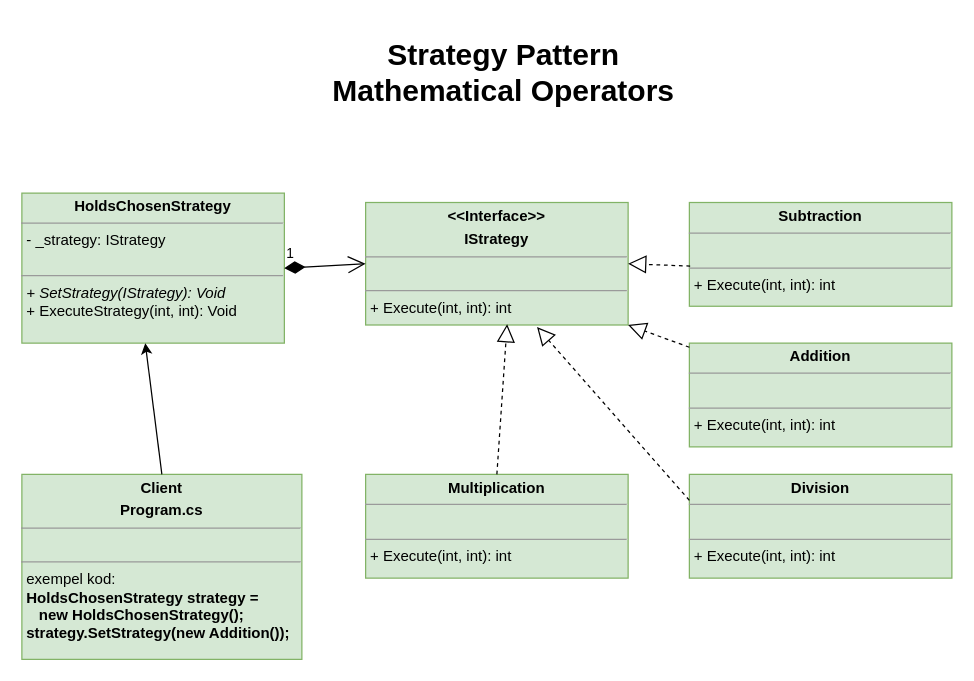
RichardChalk/MathOperatorsStrategy keeps this draw.io diagram as MathsOperators - UML Diagram.drawio. Above is the earlier version. Source tidied: cells renumbered, new cells numbered last; positions are measured from the earlier drawing's top-left corner, leaving out a move shared by most shapes. Both pictures are drawn from the tidied source at 125%, with x=0, y=0 at pixel (21, 21).
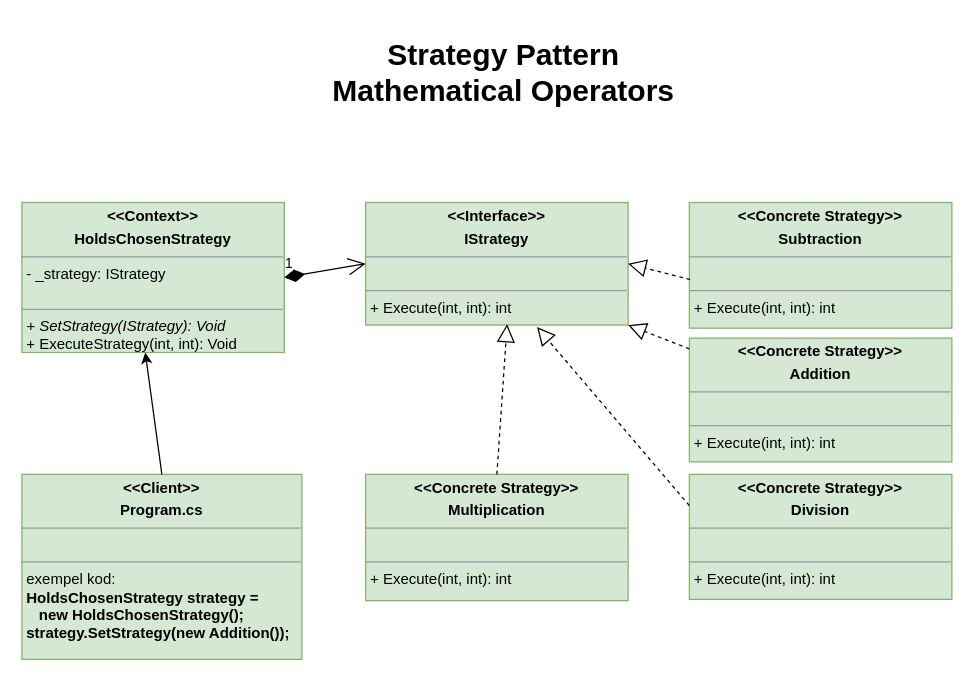
The same diagram, later.

The edit, as a diff of the source:
```diff
@@
 <mxGraphModel>
   <root>
     <mxCell id="0" />
     <mxCell id="1" parent="0" />
-    <mxCell id="2" value="&lt;p style=&quot;margin: 0px ; margin-top: 4px ; text-align: center&quot;&gt;&lt;b&gt;HoldsChosenStrategy&lt;/b&gt;&lt;br&gt;&lt;/p&gt;&lt;hr size=&quot;1&quot;&gt;&lt;p style=&quot;margin: 0px ; margin-left: 4px&quot;&gt;- _strategy: IStrategy&lt;/p&gt;&lt;p style=&quot;margin: 0px ; margin-left: 4px&quot;&gt;&lt;br&gt;&lt;/p&gt;&lt;hr size=&quot;1&quot;&gt;&lt;p style=&quot;margin: 0px ; margin-left: 4px&quot;&gt;&lt;i&gt;+ SetStrategy(IStrategy): Void&lt;/i&gt;&lt;/p&gt;&lt;p style=&quot;margin: 0px ; margin-left: 4px&quot;&gt;+ ExecuteStrategy(int, int): Void&lt;/p&gt;&lt;p style=&quot;margin: 0px ; margin-left: 4px&quot;&gt;&lt;br&gt;&lt;/p&gt;" style="verticalAlign=top;align=left;overflow=fill;fontSize=12;fontFamily=Helvetica;html=1;rounded=0;sketch=0;labelBackgroundColor=none;fillColor=#d5e8d4;strokeColor=#82b366;" parent="1" vertex="1">
-      <mxGeometry y="137" width="210" height="120" as="geometry" />
+    <mxCell id="2" value="&lt;p style=&quot;margin: 0px ; margin-top: 4px ; text-align: center&quot;&gt;&lt;b&gt;&amp;lt;&amp;lt;Context&amp;gt;&amp;gt;&lt;/b&gt;&lt;/p&gt;&lt;p style=&quot;margin: 0px ; margin-top: 4px ; text-align: center&quot;&gt;&lt;b&gt;HoldsChosenStrategy&lt;/b&gt;&lt;br&gt;&lt;/p&gt;&lt;hr size=&quot;1&quot;&gt;&lt;p style=&quot;margin: 0px ; margin-left: 4px&quot;&gt;- _strategy: IStrategy&lt;/p&gt;&lt;p style=&quot;margin: 0px ; margin-left: 4px&quot;&gt;&lt;br&gt;&lt;/p&gt;&lt;hr size=&quot;1&quot;&gt;&lt;p style=&quot;margin: 0px ; margin-left: 4px&quot;&gt;&lt;i&gt;+ SetStrategy(IStrategy): Void&lt;/i&gt;&lt;/p&gt;&lt;p style=&quot;margin: 0px ; margin-left: 4px&quot;&gt;+ ExecuteStrategy(int, int): Void&lt;/p&gt;&lt;p style=&quot;margin: 0px ; margin-left: 4px&quot;&gt;&lt;br&gt;&lt;/p&gt;" style="verticalAlign=top;align=left;overflow=fill;fontSize=12;fontFamily=Helvetica;html=1;rounded=0;sketch=0;labelBackgroundColor=none;fillColor=#d5e8d4;strokeColor=#82b366;" parent="1" vertex="1">
+      <mxGeometry y="144.5" width="210" height="120" as="geometry" />
     </mxCell>
     <mxCell id="3" value="&lt;p style=&quot;margin: 0px ; margin-top: 4px ; text-align: center&quot;&gt;&lt;b&gt;&amp;lt;&amp;lt;Interface&amp;gt;&amp;gt;&lt;/b&gt;&lt;/p&gt;&lt;p style=&quot;margin: 0px ; margin-top: 4px ; text-align: center&quot;&gt;&lt;b&gt;IStrategy&lt;/b&gt;&lt;br&gt;&lt;/p&gt;&lt;hr size=&quot;1&quot;&gt;&lt;p style=&quot;margin: 0px ; margin-left: 4px&quot;&gt;&lt;br&gt;&lt;/p&gt;&lt;hr size=&quot;1&quot;&gt;&lt;p style=&quot;margin: 0px ; margin-left: 4px&quot;&gt;&lt;span style=&quot;background-color: initial;&quot;&gt;+ Execute(int, int): int&lt;/span&gt;&lt;br&gt;&lt;/p&gt;&lt;p style=&quot;margin: 0px ; margin-left: 4px&quot;&gt;&lt;br&gt;&lt;/p&gt;" style="verticalAlign=top;align=left;overflow=fill;fontSize=12;fontFamily=Helvetica;html=1;rounded=0;sketch=0;labelBackgroundColor=none;fillColor=#d5e8d4;strokeColor=#82b366;" parent="1" vertex="1">
       <mxGeometry x="275" y="144.5" width="210" height="98" as="geometry" />
     </mxCell>
-    <mxCell id="4" value="&lt;p style=&quot;margin: 0px ; margin-top: 4px ; text-align: center&quot;&gt;&lt;b style=&quot;background-color: initial;&quot;&gt;Subtraction&lt;/b&gt;&lt;br&gt;&lt;/p&gt;&lt;hr size=&quot;1&quot;&gt;&lt;p style=&quot;margin: 0px ; margin-left: 4px&quot;&gt;&lt;br&gt;&lt;/p&gt;&lt;hr size=&quot;1&quot;&gt;&lt;p style=&quot;margin: 0px ; margin-left: 4px&quot;&gt;&lt;span style=&quot;background-color: initial;&quot;&gt;+ Execute(int, int): int&lt;/span&gt;&lt;br&gt;&lt;/p&gt;&lt;p style=&quot;margin: 0px ; margin-left: 4px&quot;&gt;&lt;br&gt;&lt;/p&gt;" style="verticalAlign=top;align=left;overflow=fill;fontSize=12;fontFamily=Helvetica;html=1;rounded=0;sketch=0;labelBackgroundColor=none;fillColor=#d5e8d4;strokeColor=#82b366;" parent="1" vertex="1">
-      <mxGeometry x="534" y="144.5" width="210" height="83" as="geometry" />
+    <mxCell id="4" value="&lt;p style=&quot;margin: 0px ; margin-top: 4px ; text-align: center&quot;&gt;&lt;b style=&quot;background-color: initial;&quot;&gt;&amp;lt;&amp;lt;Concrete Strategy&amp;gt;&amp;gt;&lt;/b&gt;&lt;/p&gt;&lt;p style=&quot;margin: 0px ; margin-top: 4px ; text-align: center&quot;&gt;&lt;b style=&quot;background-color: initial;&quot;&gt;Subtraction&lt;/b&gt;&lt;br&gt;&lt;/p&gt;&lt;hr size=&quot;1&quot;&gt;&lt;p style=&quot;margin: 0px ; margin-left: 4px&quot;&gt;&lt;br&gt;&lt;/p&gt;&lt;hr size=&quot;1&quot;&gt;&lt;p style=&quot;margin: 0px ; margin-left: 4px&quot;&gt;&lt;span style=&quot;background-color: initial;&quot;&gt;+ Execute(int, int): int&lt;/span&gt;&lt;br&gt;&lt;/p&gt;&lt;p style=&quot;margin: 0px ; margin-left: 4px&quot;&gt;&lt;br&gt;&lt;/p&gt;" style="verticalAlign=top;align=left;overflow=fill;fontSize=12;fontFamily=Helvetica;html=1;rounded=0;sketch=0;labelBackgroundColor=none;fillColor=#d5e8d4;strokeColor=#82b366;" parent="1" vertex="1">
+      <mxGeometry x="534" y="144.5" width="210" height="100.5" as="geometry" />
     </mxCell>
-    <mxCell id="5" value="&lt;p style=&quot;margin: 0px ; margin-top: 4px ; text-align: center&quot;&gt;&lt;b style=&quot;background-color: initial;&quot;&gt;Addition&lt;/b&gt;&lt;br&gt;&lt;/p&gt;&lt;hr size=&quot;1&quot;&gt;&lt;p style=&quot;margin: 0px ; margin-left: 4px&quot;&gt;&lt;br&gt;&lt;/p&gt;&lt;hr size=&quot;1&quot;&gt;&lt;p style=&quot;margin: 0px ; margin-left: 4px&quot;&gt;&lt;span style=&quot;background-color: initial;&quot;&gt;+ Execute(int, int): int&lt;/span&gt;&lt;br&gt;&lt;/p&gt;&lt;p style=&quot;margin: 0px ; margin-left: 4px&quot;&gt;&lt;br&gt;&lt;/p&gt;" style="verticalAlign=top;align=left;overflow=fill;fontSize=12;fontFamily=Helvetica;html=1;rounded=0;sketch=0;labelBackgroundColor=none;fillColor=#d5e8d4;strokeColor=#82b366;" parent="1" vertex="1">
-      <mxGeometry x="534" y="257" width="210" height="83" as="geometry" />
+    <mxCell id="5" value="&lt;p style=&quot;margin: 0px ; margin-top: 4px ; text-align: center&quot;&gt;&lt;b style=&quot;border-color: var(--border-color); background-color: initial;&quot;&gt;&amp;lt;&amp;lt;Concrete Strategy&amp;gt;&amp;gt;&lt;/b&gt;&lt;b style=&quot;background-color: initial;&quot;&gt;&lt;br&gt;&lt;/b&gt;&lt;/p&gt;&lt;p style=&quot;margin: 0px ; margin-top: 4px ; text-align: center&quot;&gt;&lt;b style=&quot;background-color: initial;&quot;&gt;Addition&lt;/b&gt;&lt;br&gt;&lt;/p&gt;&lt;hr size=&quot;1&quot;&gt;&lt;p style=&quot;margin: 0px ; margin-left: 4px&quot;&gt;&lt;br&gt;&lt;/p&gt;&lt;hr size=&quot;1&quot;&gt;&lt;p style=&quot;margin: 0px ; margin-left: 4px&quot;&gt;&lt;span style=&quot;background-color: initial;&quot;&gt;+ Execute(int, int): int&lt;/span&gt;&lt;br&gt;&lt;/p&gt;&lt;p style=&quot;margin: 0px ; margin-left: 4px&quot;&gt;&lt;br&gt;&lt;/p&gt;" style="verticalAlign=top;align=left;overflow=fill;fontSize=12;fontFamily=Helvetica;html=1;rounded=0;sketch=0;labelBackgroundColor=none;fillColor=#d5e8d4;strokeColor=#82b366;" parent="1" vertex="1">
+      <mxGeometry x="534" y="253" width="210" height="99" as="geometry" />
     </mxCell>
-    <mxCell id="6" value="&lt;p style=&quot;margin: 0px ; margin-top: 4px ; text-align: center&quot;&gt;&lt;b style=&quot;background-color: initial;&quot;&gt;Division&lt;/b&gt;&lt;br&gt;&lt;/p&gt;&lt;hr size=&quot;1&quot;&gt;&lt;p style=&quot;margin: 0px ; margin-left: 4px&quot;&gt;&lt;br&gt;&lt;/p&gt;&lt;hr size=&quot;1&quot;&gt;&lt;p style=&quot;margin: 0px ; margin-left: 4px&quot;&gt;&lt;span style=&quot;background-color: initial;&quot;&gt;+ Execute(int, int): int&lt;/span&gt;&lt;br&gt;&lt;/p&gt;&lt;p style=&quot;margin: 0px ; margin-left: 4px&quot;&gt;&lt;br&gt;&lt;/p&gt;" style="verticalAlign=top;align=left;overflow=fill;fontSize=12;fontFamily=Helvetica;html=1;rounded=0;sketch=0;labelBackgroundColor=none;fillColor=#d5e8d4;strokeColor=#82b366;" parent="1" vertex="1">
-      <mxGeometry x="534" y="362" width="210" height="83" as="geometry" />
+    <mxCell id="6" value="&lt;p style=&quot;margin: 0px ; margin-top: 4px ; text-align: center&quot;&gt;&lt;b style=&quot;border-color: var(--border-color); background-color: initial;&quot;&gt;&amp;lt;&amp;lt;Concrete Strategy&amp;gt;&amp;gt;&lt;/b&gt;&lt;b style=&quot;background-color: initial;&quot;&gt;&lt;br&gt;&lt;/b&gt;&lt;/p&gt;&lt;p style=&quot;margin: 0px ; margin-top: 4px ; text-align: center&quot;&gt;&lt;b style=&quot;background-color: initial;&quot;&gt;Division&lt;/b&gt;&lt;br&gt;&lt;/p&gt;&lt;hr size=&quot;1&quot;&gt;&lt;p style=&quot;margin: 0px ; margin-left: 4px&quot;&gt;&lt;br&gt;&lt;/p&gt;&lt;hr size=&quot;1&quot;&gt;&lt;p style=&quot;margin: 0px ; margin-left: 4px&quot;&gt;&lt;span style=&quot;background-color: initial;&quot;&gt;+ Execute(int, int): int&lt;/span&gt;&lt;br&gt;&lt;/p&gt;&lt;p style=&quot;margin: 0px ; margin-left: 4px&quot;&gt;&lt;br&gt;&lt;/p&gt;" style="verticalAlign=top;align=left;overflow=fill;fontSize=12;fontFamily=Helvetica;html=1;rounded=0;sketch=0;labelBackgroundColor=none;fillColor=#d5e8d4;strokeColor=#82b366;" parent="1" vertex="1">
+      <mxGeometry x="534" y="362" width="210" height="100" as="geometry" />
     </mxCell>
-    <mxCell id="7" value="&lt;p style=&quot;margin: 0px ; margin-top: 4px ; text-align: center&quot;&gt;&lt;b style=&quot;background-color: initial;&quot;&gt;Multiplication&lt;/b&gt;&lt;br&gt;&lt;/p&gt;&lt;hr size=&quot;1&quot;&gt;&lt;p style=&quot;margin: 0px ; margin-left: 4px&quot;&gt;&lt;br&gt;&lt;/p&gt;&lt;hr size=&quot;1&quot;&gt;&lt;p style=&quot;margin: 0px ; margin-left: 4px&quot;&gt;&lt;span style=&quot;background-color: initial;&quot;&gt;+ Execute(int, int): int&lt;/span&gt;&lt;br&gt;&lt;/p&gt;&lt;p style=&quot;margin: 0px ; margin-left: 4px&quot;&gt;&lt;br&gt;&lt;/p&gt;" style="verticalAlign=top;align=left;overflow=fill;fontSize=12;fontFamily=Helvetica;html=1;rounded=0;sketch=0;labelBackgroundColor=none;fillColor=#d5e8d4;strokeColor=#82b366;" parent="1" vertex="1">
-      <mxGeometry x="275" y="362" width="210" height="83" as="geometry" />
+    <mxCell id="7" value="&lt;p style=&quot;margin: 0px ; margin-top: 4px ; text-align: center&quot;&gt;&lt;b style=&quot;border-color: var(--border-color); background-color: initial;&quot;&gt;&amp;lt;&amp;lt;Concrete Strategy&amp;gt;&amp;gt;&lt;/b&gt;&lt;b style=&quot;background-color: initial;&quot;&gt;&lt;br&gt;&lt;/b&gt;&lt;/p&gt;&lt;p style=&quot;margin: 0px ; margin-top: 4px ; text-align: center&quot;&gt;&lt;b style=&quot;background-color: initial;&quot;&gt;Multiplication&lt;/b&gt;&lt;br&gt;&lt;/p&gt;&lt;hr size=&quot;1&quot;&gt;&lt;p style=&quot;margin: 0px ; margin-left: 4px&quot;&gt;&lt;br&gt;&lt;/p&gt;&lt;hr size=&quot;1&quot;&gt;&lt;p style=&quot;margin: 0px ; margin-left: 4px&quot;&gt;&lt;span style=&quot;background-color: initial;&quot;&gt;+ Execute(int, int): int&lt;/span&gt;&lt;br&gt;&lt;/p&gt;&lt;p style=&quot;margin: 0px ; margin-left: 4px&quot;&gt;&lt;br&gt;&lt;/p&gt;" style="verticalAlign=top;align=left;overflow=fill;fontSize=12;fontFamily=Helvetica;html=1;rounded=0;sketch=0;labelBackgroundColor=none;fillColor=#d5e8d4;strokeColor=#82b366;" parent="1" vertex="1">
+      <mxGeometry x="275" y="362" width="210" height="101" as="geometry" />
     </mxCell>
-    <mxCell id="8" value="&lt;p style=&quot;margin: 0px ; margin-top: 4px ; text-align: center&quot;&gt;&lt;b&gt;Client&lt;/b&gt;&lt;/p&gt;&lt;p style=&quot;margin: 0px ; margin-top: 4px ; text-align: center&quot;&gt;&lt;b&gt;Program.cs&lt;/b&gt;&lt;br&gt;&lt;/p&gt;&lt;hr size=&quot;1&quot;&gt;&lt;p style=&quot;margin: 0px ; margin-left: 4px&quot;&gt;&lt;br&gt;&lt;/p&gt;&lt;hr size=&quot;1&quot;&gt;&lt;p style=&quot;margin: 0px ; margin-left: 4px&quot;&gt;exempel kod:&lt;/p&gt;&lt;p style=&quot;margin: 0px ; margin-left: 4px&quot;&gt;&lt;b&gt;HoldsChosenStrategy strategy =&amp;nbsp;&lt;/b&gt;&lt;/p&gt;&lt;p style=&quot;margin: 0px ; margin-left: 4px&quot;&gt;&lt;b&gt;&amp;nbsp; &amp;nbsp;new HoldsChosenStrategy();&lt;/b&gt;&lt;/p&gt;&lt;p style=&quot;margin: 0px ; margin-left: 4px&quot;&gt;&lt;b&gt;&lt;span style=&quot;background-color: initial;&quot;&gt;strategy.SetStrategy(new Addition());&lt;/span&gt;&lt;br&gt;&lt;/b&gt;&lt;/p&gt;&lt;p style=&quot;margin: 0px ; margin-left: 4px&quot;&gt;&lt;br&gt;&lt;/p&gt;" style="verticalAlign=top;align=left;overflow=fill;fontSize=12;fontFamily=Helvetica;html=1;rounded=0;sketch=0;labelBackgroundColor=none;fillColor=#d5e8d4;strokeColor=#82b366;" parent="1" vertex="1">
+    <mxCell id="8" value="&lt;p style=&quot;margin: 0px ; margin-top: 4px ; text-align: center&quot;&gt;&lt;b&gt;&amp;lt;&amp;lt;Client&amp;gt;&amp;gt;&lt;/b&gt;&lt;/p&gt;&lt;p style=&quot;margin: 0px ; margin-top: 4px ; text-align: center&quot;&gt;&lt;b&gt;Program.cs&lt;/b&gt;&lt;br&gt;&lt;/p&gt;&lt;hr size=&quot;1&quot;&gt;&lt;p style=&quot;margin: 0px ; margin-left: 4px&quot;&gt;&lt;br&gt;&lt;/p&gt;&lt;hr size=&quot;1&quot;&gt;&lt;p style=&quot;margin: 0px ; margin-left: 4px&quot;&gt;exempel kod:&lt;/p&gt;&lt;p style=&quot;margin: 0px ; margin-left: 4px&quot;&gt;&lt;b&gt;HoldsChosenStrategy strategy =&amp;nbsp;&lt;/b&gt;&lt;/p&gt;&lt;p style=&quot;margin: 0px ; margin-left: 4px&quot;&gt;&lt;b&gt;&amp;nbsp; &amp;nbsp;new HoldsChosenStrategy();&lt;/b&gt;&lt;/p&gt;&lt;p style=&quot;margin: 0px ; margin-left: 4px&quot;&gt;&lt;b&gt;&lt;span style=&quot;background-color: initial;&quot;&gt;strategy.SetStrategy(new Addition());&lt;/span&gt;&lt;br&gt;&lt;/b&gt;&lt;/p&gt;&lt;p style=&quot;margin: 0px ; margin-left: 4px&quot;&gt;&lt;br&gt;&lt;/p&gt;" style="verticalAlign=top;align=left;overflow=fill;fontSize=12;fontFamily=Helvetica;html=1;rounded=0;sketch=0;labelBackgroundColor=none;fillColor=#d5e8d4;strokeColor=#82b366;" parent="1" vertex="1">
       <mxGeometry y="362" width="224" height="148" as="geometry" />
     </mxCell>
     <mxCell id="9" style="endArrow=classic;html=1;rounded=0;entryX=0.47;entryY=1;entryDx=0;entryDy=0;entryPerimeter=0;exitX=0.5;exitY=0;exitDx=0;exitDy=0;" parent="1" edge="1" source="8" target="2">
       <mxGeometry relative="1" as="geometry" />
     </mxCell>
     <mxCell id="10" value="1" style="endArrow=open;html=1;endSize=12;startArrow=diamondThin;startSize=14;startFill=1;align=left;verticalAlign=bottom;rounded=0;entryX=0;entryY=0.5;entryDx=0;entryDy=0;exitX=1;exitY=0.5;exitDx=0;exitDy=0;" parent="1" edge="1" source="2" target="3">
       <mxGeometry x="-1" y="3" relative="1" as="geometry" />
     </mxCell>
     <mxCell id="11" style="endArrow=block;dashed=1;endFill=0;endSize=12;html=1;rounded=0;entryX=0.539;entryY=0.993;entryDx=0;entryDy=0;entryPerimeter=0;exitX=0.5;exitY=0;exitDx=0;exitDy=0;" parent="1" edge="1" source="7" target="3">
       <mxGeometry relative="1" as="geometry" />
     </mxCell>
     <mxCell id="12" style="endArrow=block;dashed=1;endFill=0;endSize=12;html=1;rounded=0;entryX=0.653;entryY=1.017;entryDx=0;entryDy=0;entryPerimeter=0;exitX=0;exitY=0.25;exitDx=0;exitDy=0;" parent="1" edge="1" source="6" target="3">
       <mxGeometry relative="1" as="geometry" />
     </mxCell>
     <mxCell id="13" style="endArrow=block;dashed=1;endFill=0;endSize=12;html=1;rounded=0;entryX=1;entryY=1;entryDx=0;entryDy=0;" parent="1" edge="1" source="5" target="3">
       <mxGeometry relative="1" as="geometry" />
     </mxCell>
     <mxCell id="14" style="endArrow=block;dashed=1;endFill=0;endSize=12;html=1;rounded=0;entryX=1;entryY=0.5;entryDx=0;entryDy=0;exitX=0.003;exitY=0.613;exitDx=0;exitDy=0;exitPerimeter=0;" parent="1" edge="1" source="4" target="3">
       <mxGeometry relative="1" as="geometry" />
     </mxCell>
     <mxCell id="15" value="Strategy Pattern&lt;br&gt;Mathematical Operators" style="text;strokeColor=none;fillColor=none;html=1;fontSize=24;fontStyle=1;verticalAlign=middle;align=center;" parent="1" vertex="1">
       <mxGeometry x="193" width="384" height="82" as="geometry" />
     </mxCell>
   </root>
 </mxGraphModel>
```
